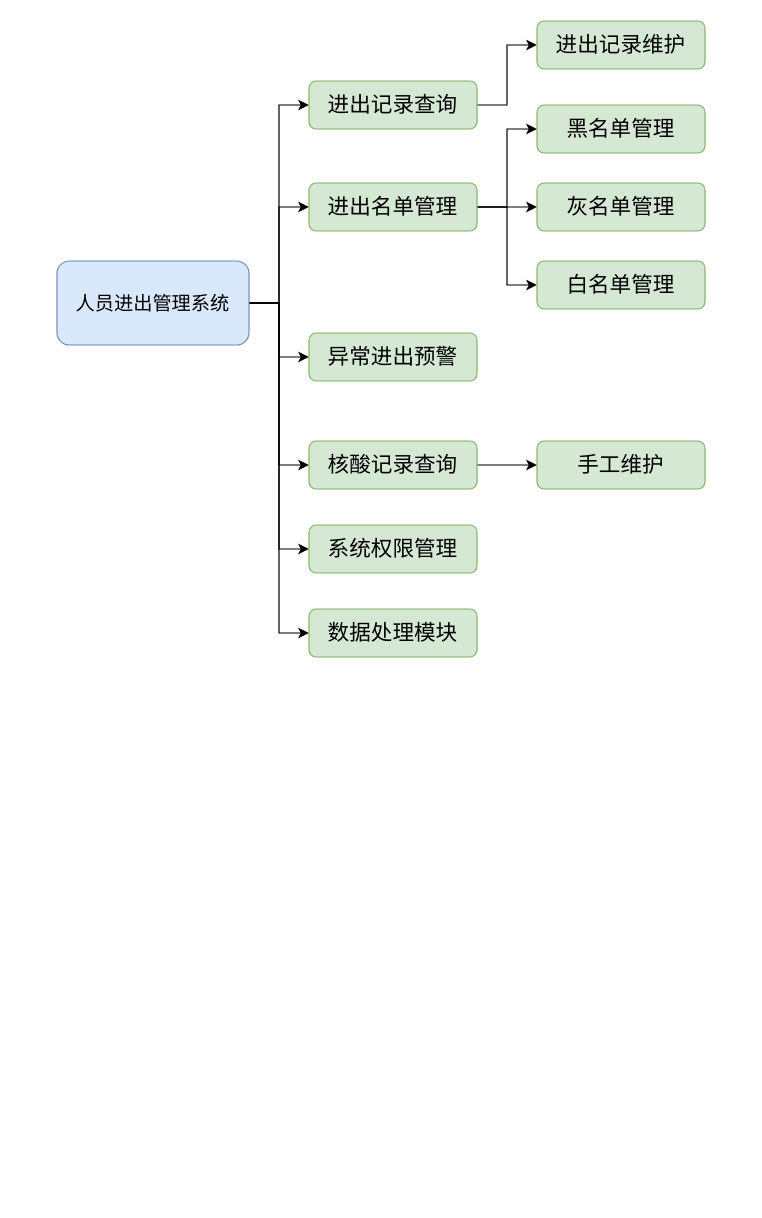
Earlier version of the draw.io diagram 校园人员进出管理系统.drawio (redcomet88/DRAW). Source tidied: cells renumbered, new cells numbered last; positions are measured from the earlier drawing's top-left corner, leaving out a move shared by most shapes. Both pictures are drawn from the tidied source at 120%, with x=0, y=0 at pixel (56, 20).
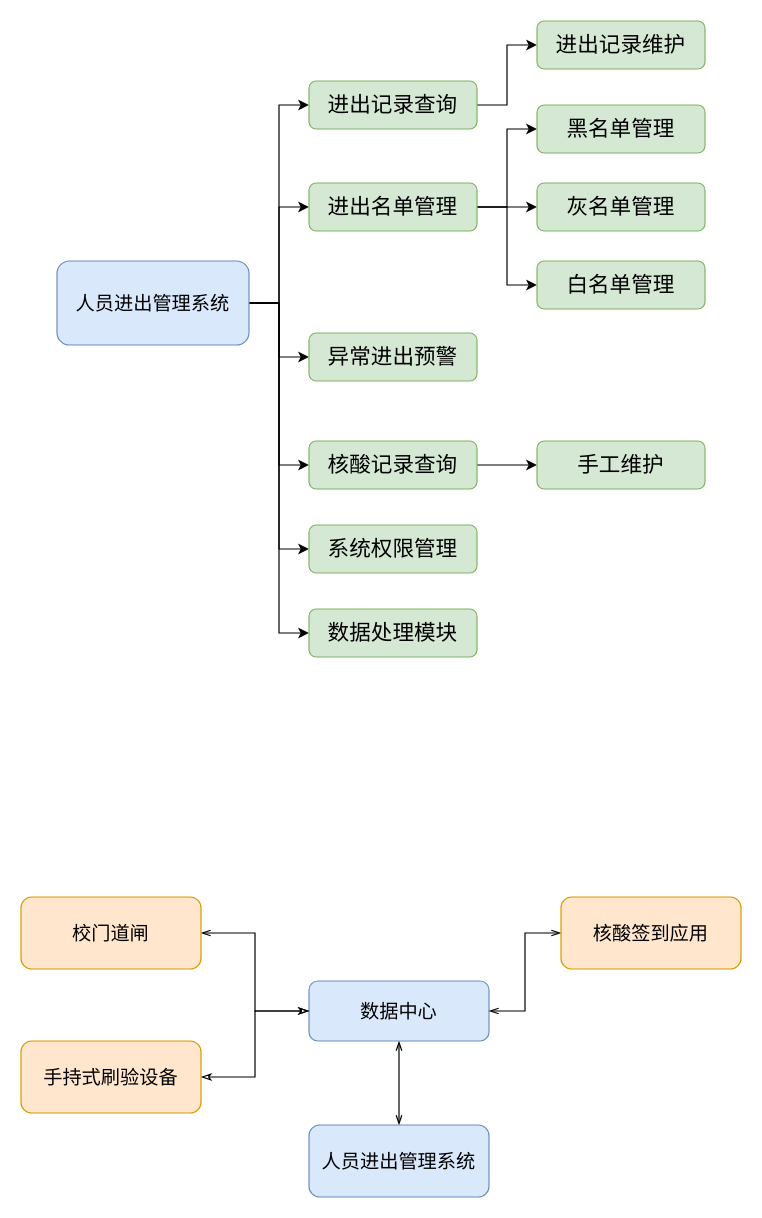
Above is the later version.

Commit message (it also covers changes not shown here):
Update 校园人员进出管理系统.drawio

What changed in the source:
```diff
@@
+    <mxCell id="25" style="edgeStyle=orthogonalEdgeStyle;rounded=0;jettySize=auto;html=1;fontSize=18;endArrow=openThin;endFill=0;startArrow=openThin;startFill=0;" parent="1" edge="1" source="26" target="27">
+      <mxGeometry relative="1" as="geometry" />
+    </mxCell>
+    <mxCell id="26" value="人员进出管理系统" style="rounded=1;whiteSpace=wrap;html=1;fontSize=16;fillColor=#dae8fc;strokeColor=#6c8ebf;" parent="1" vertex="1">
+      <mxGeometry x="210" y="920" width="150" height="60" as="geometry" />
+    </mxCell>
+    <mxCell id="27" value="数据中心" style="rounded=1;whiteSpace=wrap;html=1;fontSize=16;fillColor=#dae8fc;strokeColor=#6c8ebf;" parent="1" vertex="1">
+      <mxGeometry x="210" y="800" width="150" height="50" as="geometry" />
+    </mxCell>
+    <mxCell id="28" style="edgeStyle=orthogonalEdgeStyle;rounded=0;jettySize=auto;html=1;exitX=1;exitY=0.5;exitDx=0;exitDy=0;entryX=0;entryY=0.5;entryDx=0;entryDy=0;fontSize=18;endArrow=classicThin;endFill=0;startArrow=openThin;startFill=0;" parent="1" edge="1" source="29" target="27">
+      <mxGeometry relative="1" as="geometry" />
+    </mxCell>
+    <mxCell id="29" value="校门道闸" style="rounded=1;whiteSpace=wrap;html=1;fontSize=16;fillColor=#ffe6cc;strokeColor=#d79b00;" parent="1" vertex="1">
+      <mxGeometry x="-30" y="730" width="150" height="60" as="geometry" />
+    </mxCell>
+    <mxCell id="30" style="edgeStyle=orthogonalEdgeStyle;rounded=0;jettySize=auto;html=1;exitX=1;exitY=0.5;exitDx=0;exitDy=0;entryX=0;entryY=0.5;entryDx=0;entryDy=0;fontSize=18;endArrow=classicThin;endFill=0;startArrow=classicThin;startFill=0;" parent="1" edge="1" source="31" target="27">
+      <mxGeometry relative="1" as="geometry" />
+    </mxCell>
+    <mxCell id="31" value="手持式刷验设备" style="rounded=1;whiteSpace=wrap;html=1;fontSize=16;fillColor=#ffe6cc;strokeColor=#d79b00;" parent="1" vertex="1">
+      <mxGeometry x="-30" y="850" width="150" height="60" as="geometry" />
+    </mxCell>
+    <mxCell id="32" style="edgeStyle=orthogonalEdgeStyle;rounded=0;jettySize=auto;html=1;exitX=0;exitY=0.5;exitDx=0;exitDy=0;entryX=1;entryY=0.5;entryDx=0;entryDy=0;fontSize=18;endArrow=openThin;endFill=0;startArrow=openThin;startFill=0;" parent="1" edge="1" source="33" target="27">
+      <mxGeometry relative="1" as="geometry" />
+    </mxCell>
+    <mxCell id="33" value="核酸签到应用" style="rounded=1;whiteSpace=wrap;html=1;fontSize=16;fillColor=#ffe6cc;strokeColor=#d79b00;" parent="1" vertex="1">
+      <mxGeometry x="420" y="730" width="150" height="60" as="geometry" />
+    </mxCell>
```
